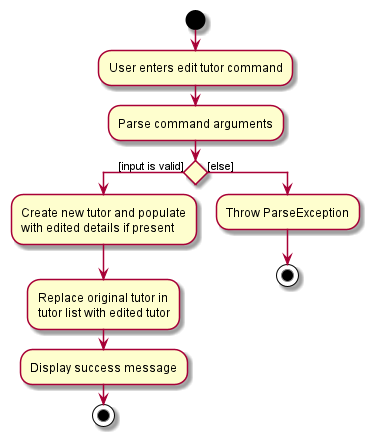
tenebrius1/tp keeps this PlantUML diagram as docs/images/EditCommandActivityDiagram.png. Above is the earlier version.
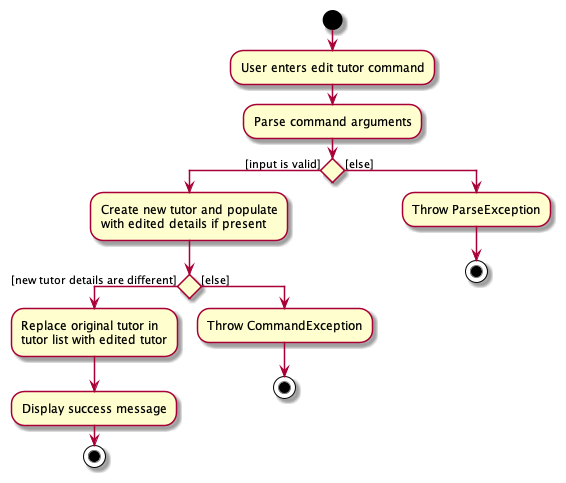
Above is the later version.

What changed in the source:
```diff
@@ -6,10 +6,15 @@
 if () then ([input is valid])
     :Create new tutor and populate
     with edited details if present;
-    :Replace original tutor in
-    tutor list with edited tutor;
-    :Display success message;
-    stop
+    if () then ([new tutor details are different])
+        :Replace original tutor in
+        tutor list with edited tutor;
+        :Display success message;
+        stop
+    else ([else])
+        :Throw CommandException;
+        stop
+    endif
 else ([else])
     :Throw ParseException;
     stop
```
